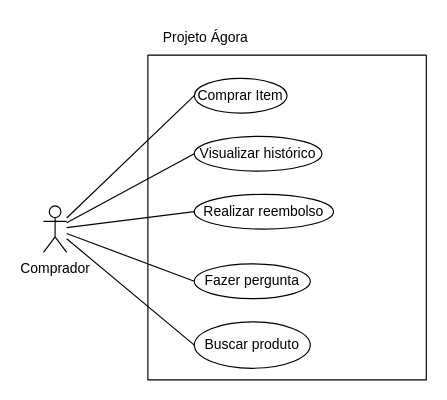
Before: page "CompradorUseCases" (1 of 3) of Diagrams/UseCases.drawio in luca-moraes/projetoEngenhariaSoftware, a draw.io diagram. Source tidied: cells renumbered, new cells numbered last; positions are measured from the earlier drawing's top-left corner, leaving out a move shared by most shapes. Both pictures are drawn from the tidied source at 116%, with x=0, y=0 at pixel (43, 20).
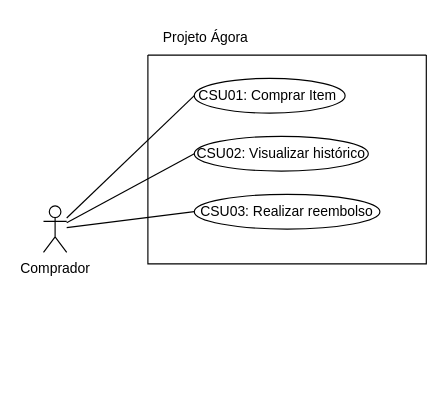
The same page after the edit.

Diff of the diagram source:
```diff
@@
 <mxGraphModel>
   <root>
     <mxCell id="0" />
     <mxCell id="1" parent="0" />
     <mxCell id="2" value="Comprador" style="shape=umlActor;verticalLabelPosition=bottom;verticalAlign=top;html=1;outlineConnect=0;" parent="1" vertex="1">
       <mxGeometry y="160" width="20" height="40" as="geometry" />
     </mxCell>
     <mxCell id="3" style="swimlane;startSize=0;" parent="1" vertex="1">
-      <mxGeometry x="90" y="30" width="240" height="280" as="geometry" />
+      <mxGeometry x="90" y="30" width="240" height="180" as="geometry" />
     </mxCell>
-    <mxCell id="4" value="Comprar Item" style="ellipse;whiteSpace=wrap;html=1;" parent="3" vertex="1">
-      <mxGeometry x="40" y="20" width="80" height="30" as="geometry" />
+    <mxCell id="4" value="CSU01: Comprar Item&amp;nbsp;" style="ellipse;whiteSpace=wrap;html=1;" parent="3" vertex="1">
+      <mxGeometry x="40" y="20" width="130" height="30" as="geometry" />
     </mxCell>
-    <mxCell id="5" value="Visualizar histórico" style="ellipse;whiteSpace=wrap;html=1;" parent="3" vertex="1">
-      <mxGeometry x="40" y="70" width="110" height="30" as="geometry" />
+    <mxCell id="5" value="CSU02: Visualizar histórico" style="ellipse;whiteSpace=wrap;html=1;" parent="3" vertex="1">
+      <mxGeometry x="40" y="70" width="150" height="30" as="geometry" />
     </mxCell>
-    <mxCell id="6" value="Realizar reembolso" style="ellipse;whiteSpace=wrap;html=1;" parent="3" vertex="1">
-      <mxGeometry x="40" y="120" width="120" height="30" as="geometry" />
+    <mxCell id="6" value="CSU03: Realizar reembolso" style="ellipse;whiteSpace=wrap;html=1;" parent="3" vertex="1">
+      <mxGeometry x="40" y="120" width="160" height="30" as="geometry" />
     </mxCell>
-    <mxCell id="7" value="Fazer pergunta" style="ellipse;whiteSpace=wrap;html=1;fillColor=none;" parent="3" vertex="1">
-      <mxGeometry x="40" y="180" width="100" height="30" as="geometry" />
-    </mxCell>
-    <mxCell id="8" value="Buscar produto" style="ellipse;whiteSpace=wrap;html=1;fillColor=none;" parent="3" vertex="1">
-      <mxGeometry x="40" y="230" width="100" height="40" as="geometry" />
-    </mxCell>
     <mxCell id="9" value="Projeto Ágora" style="text;html=1;strokeColor=none;fillColor=none;align=center;verticalAlign=middle;whiteSpace=wrap;rounded=0;" parent="1" vertex="1">
       <mxGeometry x="90" width="100" height="30" as="geometry" />
     </mxCell>
     <mxCell id="10" style="endArrow=none;html=1;rounded=0;entryX=0;entryY=0.5;entryDx=0;entryDy=0;" parent="1" edge="1" source="2" target="4">
       <mxGeometry relative="1" as="geometry" />
     </mxCell>
     <mxCell id="11" style="endArrow=none;html=1;rounded=0;exitX=0;exitY=0.5;exitDx=0;exitDy=0;" parent="1" edge="1" source="5" target="2">
       <mxGeometry relative="1" as="geometry" />
     </mxCell>
     <mxCell id="12" style="endArrow=none;html=1;rounded=0;exitX=0;exitY=0.5;exitDx=0;exitDy=0;" parent="1" edge="1" source="6" target="2">
       <mxGeometry relative="1" as="geometry" />
     </mxCell>
-    <mxCell id="13" style="endArrow=none;html=1;rounded=0;exitX=0;exitY=0.5;exitDx=0;exitDy=0;" parent="1" edge="1" source="7" target="2">
-      <mxGeometry relative="1" as="geometry" />
-    </mxCell>
-    <mxCell id="14" style="endArrow=none;html=1;rounded=0;entryX=0;entryY=0.5;entryDx=0;entryDy=0;" parent="1" edge="1" source="2" target="8">
-      <mxGeometry relative="1" as="geometry" />
-    </mxCell>
   </root>
 </mxGraphModel>
```
